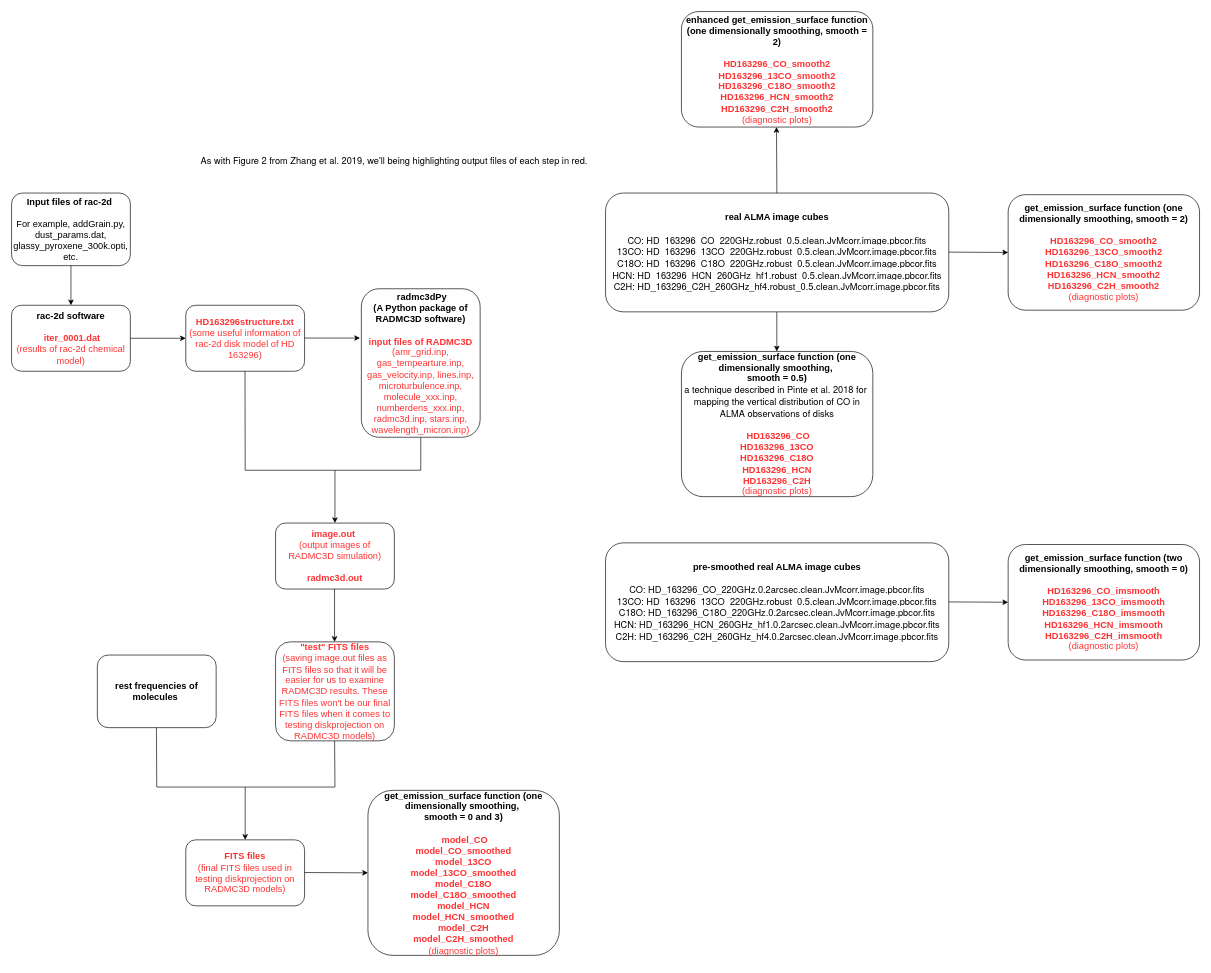
Before: notebooks/Untitled flowchart.drawio in feilongm/Notebooks, a draw.io diagram. Source tidied: cells renumbered, new cells numbered last; positions are measured from the earlier drawing's top-left corner, leaving out a move shared by most shapes. Both pictures are drawn from the tidied source at 66%, with x=0, y=0 at pixel (11, 11).
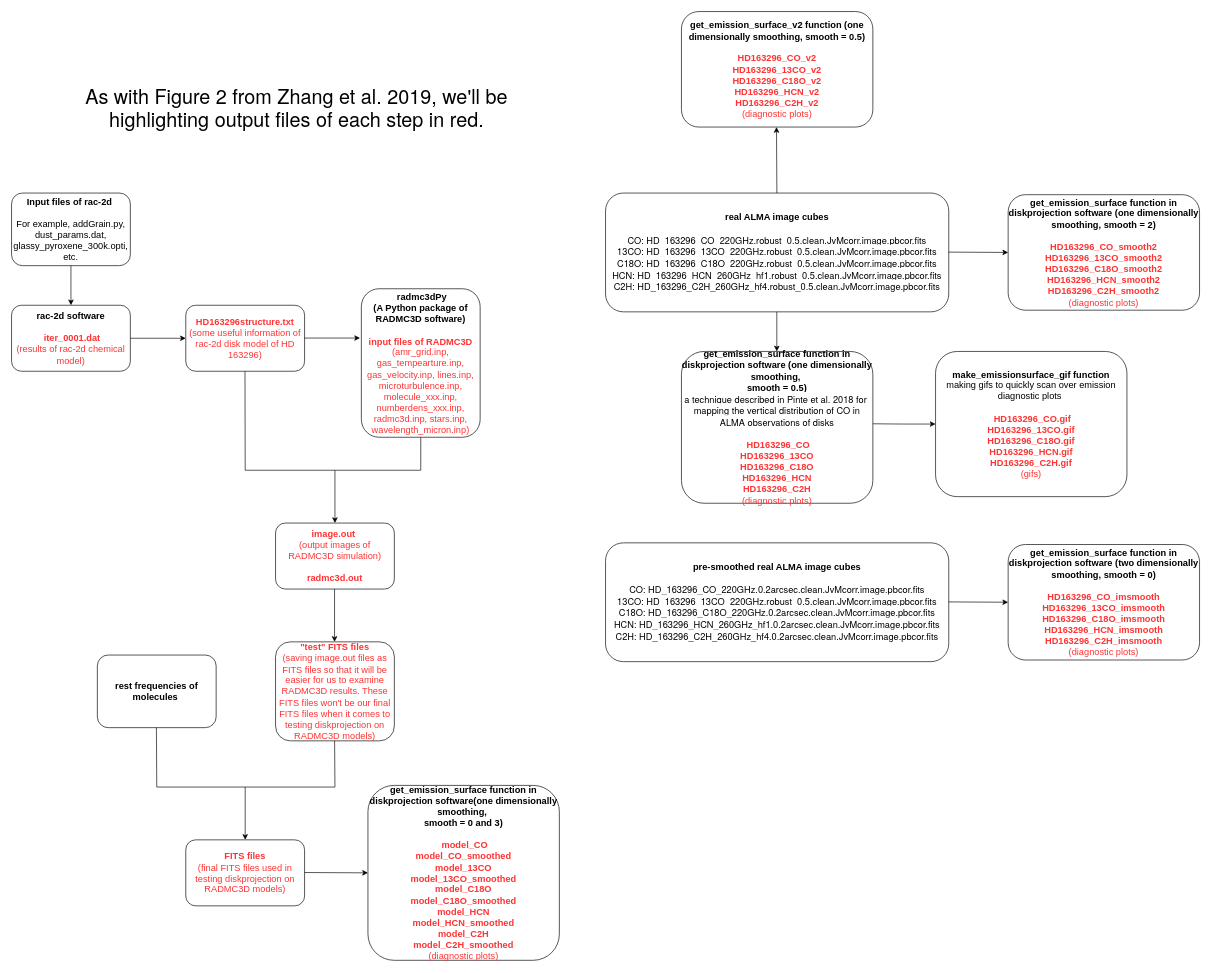
The same diagram, later.

The edit, as a diff of the source:
```diff
@@
-    <mxCell id="2" value="&lt;span style=&quot;font-family: &amp;#34;helvetica neue&amp;#34; , &amp;#34;helvetica&amp;#34; , &amp;#34;arial&amp;#34; , sans-serif ; font-size: 14px ; text-align: justify ; background-color: rgb(255 , 255 , 255)&quot;&gt;As with Figure 2 from Zhang et al. 2019, we'll being highlighting output files of each step in red.&lt;/span&gt;" style="text;html=1;strokeColor=none;fillColor=none;align=center;verticalAlign=middle;whiteSpace=wrap;rounded=0;" parent="1" vertex="1">
-      <mxGeometry x="260" y="205" width="640" height="40" as="geometry" />
+    <mxCell id="2" value="&lt;span style=&quot;font-family: &amp;#34;helvetica neue&amp;#34; , &amp;#34;helvetica&amp;#34; , &amp;#34;arial&amp;#34; , sans-serif ; text-align: justify ; background-color: rgb(255 , 255 , 255)&quot;&gt;&lt;font style=&quot;font-size: 30px&quot;&gt;As with Figure 2 from Zhang et al. 2019, we'll be highlighting output files of each step in red.&lt;/font&gt;&lt;/span&gt;" style="text;html=1;strokeColor=none;fillColor=none;align=center;verticalAlign=middle;whiteSpace=wrap;rounded=0;" parent="1" vertex="1">
+      <mxGeometry x="97" y="75" width="670" height="140" as="geometry" />
     </mxCell>
@@
-    <mxCell id="19" value="&lt;font style=&quot;font-size: 14px&quot;&gt;&lt;b&gt;get_emission_surface function (&lt;/b&gt;&lt;b&gt;one dimensionally smoothing,&amp;nbsp;&lt;/b&gt;&lt;b&gt;&lt;br&gt;smooth = 0.5)&lt;br&gt;&lt;/b&gt;&lt;span style=&quot;font-family: &amp;#34;helvetica neue&amp;#34; , &amp;#34;helvetica&amp;#34; , &amp;#34;arial&amp;#34; , sans-serif ; text-align: justify ; background-color: rgb(255 , 255 , 255)&quot;&gt;a technique described in Pinte et al. 2018&amp;nbsp;&lt;/span&gt;&lt;span style=&quot;font-family: &amp;#34;helvetica neue&amp;#34; , &amp;#34;helvetica&amp;#34; , &amp;#34;arial&amp;#34; , sans-serif ; text-align: justify ; background-color: rgb(255 , 255 , 255)&quot;&gt;for&amp;nbsp;&lt;/span&gt;&lt;span style=&quot;font-family: &amp;#34;helvetica neue&amp;#34; , &amp;#34;helvetica&amp;#34; , &amp;#34;arial&amp;#34; , sans-serif ; text-align: justify ; background-color: rgb(255 , 255 , 255)&quot;&gt;&lt;br&gt;mapping the vertical distribution of CO in ALMA observations of disks&lt;/span&gt;&lt;b&gt;&lt;br&gt;&lt;br&gt;&lt;/b&gt;&amp;nbsp;&lt;font color=&quot;#ff3333&quot;&gt;&lt;b&gt;HD163296_CO&lt;br&gt;&lt;/b&gt;&lt;/font&gt;&lt;b style=&quot;color: rgb(255 , 51 , 51)&quot;&gt;HD163296_13CO&lt;br&gt;&lt;/b&gt;&lt;b style=&quot;color: rgb(255 , 51 , 51)&quot;&gt;HD163296_C18O&lt;br&gt;&lt;/b&gt;&lt;b style=&quot;color: rgb(255 , 51 , 51)&quot;&gt;HD163296_HCN&lt;br&gt;&lt;/b&gt;&lt;b style=&quot;color: rgb(255 , 51 , 51)&quot;&gt;HD163296_C2H&lt;/b&gt;&lt;font color=&quot;#ff3333&quot;&gt;&lt;br&gt;(diagnostic plots)&lt;/font&gt;&lt;/font&gt;" style="rounded=1;whiteSpace=wrap;html=1;" parent="1" vertex="1">
-      <mxGeometry x="1015" y="515" width="290" height="220" as="geometry" />
+    <mxCell id="19" value="&lt;font style=&quot;font-size: 14px&quot;&gt;&lt;b&gt;get_emission_surface function in diskprojection software (&lt;/b&gt;&lt;b&gt;one dimensionally smoothing,&amp;nbsp;&lt;/b&gt;&lt;b&gt;&lt;br&gt;smooth = 0.5)&lt;br&gt;&lt;/b&gt;&lt;span style=&quot;font-family: &amp;#34;helvetica neue&amp;#34; , &amp;#34;helvetica&amp;#34; , &amp;#34;arial&amp;#34; , sans-serif ; text-align: justify ; background-color: rgb(255 , 255 , 255)&quot;&gt;a technique described in Pinte et al. 2018&amp;nbsp;&lt;/span&gt;&lt;span style=&quot;font-family: &amp;#34;helvetica neue&amp;#34; , &amp;#34;helvetica&amp;#34; , &amp;#34;arial&amp;#34; , sans-serif ; text-align: justify ; background-color: rgb(255 , 255 , 255)&quot;&gt;for&amp;nbsp;&lt;/span&gt;&lt;span style=&quot;font-family: &amp;#34;helvetica neue&amp;#34; , &amp;#34;helvetica&amp;#34; , &amp;#34;arial&amp;#34; , sans-serif ; text-align: justify ; background-color: rgb(255 , 255 , 255)&quot;&gt;&lt;br&gt;mapping the vertical distribution of CO in ALMA observations of disks&lt;/span&gt;&lt;b&gt;&lt;br&gt;&lt;br&gt;&lt;/b&gt;&amp;nbsp;&lt;font color=&quot;#ff3333&quot;&gt;&lt;b&gt;HD163296_CO&lt;br&gt;&lt;/b&gt;&lt;/font&gt;&lt;b style=&quot;color: rgb(255 , 51 , 51)&quot;&gt;HD163296_13CO&lt;br&gt;&lt;/b&gt;&lt;b style=&quot;color: rgb(255 , 51 , 51)&quot;&gt;HD163296_C18O&lt;br&gt;&lt;/b&gt;&lt;b style=&quot;color: rgb(255 , 51 , 51)&quot;&gt;HD163296_HCN&lt;br&gt;&lt;/b&gt;&lt;b style=&quot;color: rgb(255 , 51 , 51)&quot;&gt;HD163296_C2H&lt;/b&gt;&lt;font color=&quot;#ff3333&quot;&gt;&lt;br&gt;(diagnostic plots)&lt;/font&gt;&lt;/font&gt;" style="rounded=1;whiteSpace=wrap;html=1;" parent="1" vertex="1">
+      <mxGeometry x="1015" y="515" width="290" height="230" as="geometry" />
     </mxCell>
-    <mxCell id="20" value="&lt;font style=&quot;font-size: 14px&quot;&gt;&lt;b&gt;get_emission_surface function (one dimensionally smoothing, smooth = 2)&lt;/b&gt;&lt;b&gt;&lt;br&gt;&lt;/b&gt;&lt;font color=&quot;#ff3333&quot;&gt;&lt;b&gt;&lt;br&gt;&lt;/b&gt;&lt;/font&gt;&lt;b style=&quot;color: rgb(255 , 51 , 51)&quot;&gt;HD163296_CO_smooth2&lt;/b&gt;&lt;b style=&quot;color: rgb(255 , 51 , 51)&quot;&gt;&lt;br&gt;&lt;/b&gt;&lt;b style=&quot;color: rgb(255 , 51 , 51)&quot;&gt;HD163296_13CO_smooth2&lt;/b&gt;&lt;b style=&quot;color: rgb(255 , 51 , 51)&quot;&gt;&lt;br&gt;&lt;/b&gt;&lt;b style=&quot;color: rgb(255 , 51 , 51)&quot;&gt;HD163296_C18O_smooth2&lt;/b&gt;&lt;b style=&quot;color: rgb(255 , 51 , 51)&quot;&gt;&lt;br&gt;&lt;/b&gt;&lt;b style=&quot;color: rgb(255 , 51 , 51)&quot;&gt;HD163296_HCN_smooth2&lt;/b&gt;&lt;b style=&quot;color: rgb(255 , 51 , 51)&quot;&gt;&lt;br&gt;&lt;/b&gt;&lt;b style=&quot;color: rgb(255 , 51 , 51)&quot;&gt;HD163296_C2H_smooth2&lt;/b&gt;&lt;font color=&quot;#ff3333&quot;&gt;&lt;br&gt;(diagnostic plots)&lt;/font&gt;&lt;/font&gt;" style="rounded=1;whiteSpace=wrap;html=1;" parent="1" vertex="1">
+    <mxCell id="20" value="&lt;font style=&quot;font-size: 14px&quot;&gt;&lt;b&gt;get_emission_surface function in diskprojection software (one dimensionally smoothing, smooth = 2)&lt;/b&gt;&lt;b&gt;&lt;br&gt;&lt;/b&gt;&lt;font color=&quot;#ff3333&quot;&gt;&lt;b&gt;&lt;br&gt;&lt;/b&gt;&lt;/font&gt;&lt;b style=&quot;color: rgb(255 , 51 , 51)&quot;&gt;HD163296_CO_smooth2&lt;/b&gt;&lt;b style=&quot;color: rgb(255 , 51 , 51)&quot;&gt;&lt;br&gt;&lt;/b&gt;&lt;b style=&quot;color: rgb(255 , 51 , 51)&quot;&gt;HD163296_13CO_smooth2&lt;/b&gt;&lt;b style=&quot;color: rgb(255 , 51 , 51)&quot;&gt;&lt;br&gt;&lt;/b&gt;&lt;b style=&quot;color: rgb(255 , 51 , 51)&quot;&gt;HD163296_C18O_smooth2&lt;/b&gt;&lt;b style=&quot;color: rgb(255 , 51 , 51)&quot;&gt;&lt;br&gt;&lt;/b&gt;&lt;b style=&quot;color: rgb(255 , 51 , 51)&quot;&gt;HD163296_HCN_smooth2&lt;/b&gt;&lt;b style=&quot;color: rgb(255 , 51 , 51)&quot;&gt;&lt;br&gt;&lt;/b&gt;&lt;b style=&quot;color: rgb(255 , 51 , 51)&quot;&gt;HD163296_C2H_smooth2&lt;/b&gt;&lt;font color=&quot;#ff3333&quot;&gt;&lt;br&gt;(diagnostic plots)&lt;/font&gt;&lt;/font&gt;" style="rounded=1;whiteSpace=wrap;html=1;" parent="1" vertex="1">
       <mxGeometry x="1510" y="277.5" width="290" height="175" as="geometry" />
     </mxCell>
@@
-    <mxCell id="23" value="&lt;font style=&quot;font-size: 14px&quot;&gt;&lt;b&gt;get_emission_surface function (two dimensionally smoothing, smooth = 0)&lt;/b&gt;&lt;b&gt;&lt;br&gt;&lt;/b&gt;&lt;font color=&quot;#ff3333&quot;&gt;&lt;b&gt;&lt;br&gt;&lt;/b&gt;&lt;/font&gt;&lt;b style=&quot;color: rgb(255 , 51 , 51)&quot;&gt;HD163296_CO_imsmooth&lt;/b&gt;&lt;b style=&quot;color: rgb(255 , 51 , 51)&quot;&gt;&lt;br&gt;&lt;/b&gt;&lt;b style=&quot;color: rgb(255 , 51 , 51)&quot;&gt;HD163296_13CO_imsmooth&lt;/b&gt;&lt;b style=&quot;color: rgb(255 , 51 , 51)&quot;&gt;&lt;br&gt;&lt;/b&gt;&lt;b style=&quot;color: rgb(255 , 51 , 51)&quot;&gt;HD163296_C18O_imsmooth&lt;/b&gt;&lt;b style=&quot;color: rgb(255 , 51 , 51)&quot;&gt;&lt;br&gt;&lt;/b&gt;&lt;b style=&quot;color: rgb(255 , 51 , 51)&quot;&gt;HD163296_HCN_imsmooth&lt;/b&gt;&lt;b style=&quot;color: rgb(255 , 51 , 51)&quot;&gt;&lt;br&gt;&lt;/b&gt;&lt;b style=&quot;color: rgb(255 , 51 , 51)&quot;&gt;HD163296_C2H_imsmooth&lt;/b&gt;&lt;font color=&quot;#ff3333&quot;&gt;&lt;br&gt;(diagnostic plots)&lt;/font&gt;&lt;/font&gt;" style="rounded=1;whiteSpace=wrap;html=1;" parent="1" vertex="1">
+    <mxCell id="23" value="&lt;font style=&quot;font-size: 14px&quot;&gt;&lt;b&gt;get_emission_surface function in diskprojection software (two dimensionally smoothing, smooth = 0)&lt;/b&gt;&lt;b&gt;&lt;br&gt;&lt;/b&gt;&lt;font color=&quot;#ff3333&quot;&gt;&lt;b&gt;&lt;br&gt;&lt;/b&gt;&lt;/font&gt;&lt;b style=&quot;color: rgb(255 , 51 , 51)&quot;&gt;HD163296_CO_imsmooth&lt;/b&gt;&lt;b style=&quot;color: rgb(255 , 51 , 51)&quot;&gt;&lt;br&gt;&lt;/b&gt;&lt;b style=&quot;color: rgb(255 , 51 , 51)&quot;&gt;HD163296_13CO_imsmooth&lt;/b&gt;&lt;b style=&quot;color: rgb(255 , 51 , 51)&quot;&gt;&lt;br&gt;&lt;/b&gt;&lt;b style=&quot;color: rgb(255 , 51 , 51)&quot;&gt;HD163296_C18O_imsmooth&lt;/b&gt;&lt;b style=&quot;color: rgb(255 , 51 , 51)&quot;&gt;&lt;br&gt;&lt;/b&gt;&lt;b style=&quot;color: rgb(255 , 51 , 51)&quot;&gt;HD163296_HCN_imsmooth&lt;/b&gt;&lt;b style=&quot;color: rgb(255 , 51 , 51)&quot;&gt;&lt;br&gt;&lt;/b&gt;&lt;b style=&quot;color: rgb(255 , 51 , 51)&quot;&gt;HD163296_C2H_imsmooth&lt;/b&gt;&lt;font color=&quot;#ff3333&quot;&gt;&lt;br&gt;(diagnostic plots)&lt;/font&gt;&lt;/font&gt;" style="rounded=1;whiteSpace=wrap;html=1;" parent="1" vertex="1">
       <mxGeometry x="1510" y="807.5" width="290" height="175" as="geometry" />
     </mxCell>
@@
-    <mxCell id="31" value="&lt;font style=&quot;font-size: 14px&quot;&gt;&lt;b&gt;get_emission_surface function (&lt;/b&gt;&lt;b&gt;one dimensionally smoothing,&amp;nbsp;&lt;/b&gt;&lt;b&gt;&lt;br&gt;smooth = 0 and 3)&lt;/b&gt;&lt;b&gt;&lt;br&gt;&lt;br&gt;&lt;/b&gt;&amp;nbsp;&lt;b style=&quot;color: rgb(255 , 51 , 51)&quot;&gt;model_CO&lt;br&gt;&lt;/b&gt;&lt;b style=&quot;color: rgb(255 , 51 , 51)&quot;&gt;model_CO_smoothed&lt;/b&gt;&lt;font color=&quot;#ff3333&quot;&gt;&lt;b&gt;&lt;br&gt;&lt;/b&gt;&lt;/font&gt;&lt;b style=&quot;color: rgb(255 , 51 , 51)&quot;&gt;model_13CO&lt;br&gt;&lt;/b&gt;&lt;b style=&quot;color: rgb(255 , 51 , 51)&quot;&gt;model_13CO_smoothed&lt;/b&gt;&lt;b style=&quot;color: rgb(255 , 51 , 51)&quot;&gt;&lt;br&gt;&lt;/b&gt;&lt;b style=&quot;color: rgb(255 , 51 , 51)&quot;&gt;model_C18O&lt;br&gt;&lt;/b&gt;&lt;b style=&quot;color: rgb(255 , 51 , 51)&quot;&gt;model_C18O_smoothed&lt;/b&gt;&lt;b style=&quot;color: rgb(255 , 51 , 51)&quot;&gt;&lt;br&gt;&lt;/b&gt;&lt;b style=&quot;color: rgb(255 , 51 , 51)&quot;&gt;model_HCN&lt;br&gt;&lt;/b&gt;&lt;b style=&quot;color: rgb(255 , 51 , 51)&quot;&gt;model_HCN_smoothed&lt;/b&gt;&lt;b style=&quot;color: rgb(255 , 51 , 51)&quot;&gt;&lt;br&gt;&lt;/b&gt;&lt;b style=&quot;color: rgb(255 , 51 , 51)&quot;&gt;model_C2H&lt;br&gt;&lt;/b&gt;&lt;b style=&quot;color: rgb(255 , 51 , 51)&quot;&gt;model_C2H_smoothed&lt;/b&gt;&lt;font color=&quot;#ff3333&quot;&gt;&lt;br&gt;(diagnostic plots)&lt;/font&gt;&lt;/font&gt;" style="rounded=1;whiteSpace=wrap;html=1;" parent="1" vertex="1">
-      <mxGeometry x="540" y="1180" width="290" height="250" as="geometry" />
+    <mxCell id="31" value="&lt;font style=&quot;font-size: 14px&quot;&gt;&lt;b&gt;get_emission_surface function in diskprojection software(&lt;/b&gt;&lt;b&gt;one dimensionally smoothing,&amp;nbsp;&lt;/b&gt;&lt;b&gt;&lt;br&gt;smooth = 0 and 3)&lt;/b&gt;&lt;b&gt;&lt;br&gt;&lt;br&gt;&lt;/b&gt;&amp;nbsp;&lt;b style=&quot;color: rgb(255 , 51 , 51)&quot;&gt;model_CO&lt;br&gt;&lt;/b&gt;&lt;b style=&quot;color: rgb(255 , 51 , 51)&quot;&gt;model_CO_smoothed&lt;/b&gt;&lt;font color=&quot;#ff3333&quot;&gt;&lt;b&gt;&lt;br&gt;&lt;/b&gt;&lt;/font&gt;&lt;b style=&quot;color: rgb(255 , 51 , 51)&quot;&gt;model_13CO&lt;br&gt;&lt;/b&gt;&lt;b style=&quot;color: rgb(255 , 51 , 51)&quot;&gt;model_13CO_smoothed&lt;/b&gt;&lt;b style=&quot;color: rgb(255 , 51 , 51)&quot;&gt;&lt;br&gt;&lt;/b&gt;&lt;b style=&quot;color: rgb(255 , 51 , 51)&quot;&gt;model_C18O&lt;br&gt;&lt;/b&gt;&lt;b style=&quot;color: rgb(255 , 51 , 51)&quot;&gt;model_C18O_smoothed&lt;/b&gt;&lt;b style=&quot;color: rgb(255 , 51 , 51)&quot;&gt;&lt;br&gt;&lt;/b&gt;&lt;b style=&quot;color: rgb(255 , 51 , 51)&quot;&gt;model_HCN&lt;br&gt;&lt;/b&gt;&lt;b style=&quot;color: rgb(255 , 51 , 51)&quot;&gt;model_HCN_smoothed&lt;/b&gt;&lt;b style=&quot;color: rgb(255 , 51 , 51)&quot;&gt;&lt;br&gt;&lt;/b&gt;&lt;b style=&quot;color: rgb(255 , 51 , 51)&quot;&gt;model_C2H&lt;br&gt;&lt;/b&gt;&lt;b style=&quot;color: rgb(255 , 51 , 51)&quot;&gt;model_C2H_smoothed&lt;/b&gt;&lt;font color=&quot;#ff3333&quot;&gt;&lt;br&gt;(diagnostic plots)&lt;/font&gt;&lt;/font&gt;" style="rounded=1;whiteSpace=wrap;html=1;" parent="1" vertex="1">
+      <mxGeometry x="540" y="1172.5" width="290" height="265" as="geometry" />
     </mxCell>
@@
-    <mxCell id="33" value="&lt;font style=&quot;font-size: 14px&quot;&gt;&lt;b&gt;enhanced get_emission_surface function (one dimensionally smoothing, smooth = 2)&lt;/b&gt;&lt;b&gt;&lt;br&gt;&lt;/b&gt;&lt;font color=&quot;#ff3333&quot;&gt;&lt;b&gt;&lt;br&gt;&lt;/b&gt;&lt;/font&gt;&lt;b style=&quot;color: rgb(255 , 51 , 51)&quot;&gt;HD163296_CO_smooth2&lt;/b&gt;&lt;b style=&quot;color: rgb(255 , 51 , 51)&quot;&gt;&lt;br&gt;&lt;/b&gt;&lt;b style=&quot;color: rgb(255 , 51 , 51)&quot;&gt;HD163296_13CO_smooth2&lt;/b&gt;&lt;b style=&quot;color: rgb(255 , 51 , 51)&quot;&gt;&lt;br&gt;&lt;/b&gt;&lt;b style=&quot;color: rgb(255 , 51 , 51)&quot;&gt;HD163296_C18O_smooth2&lt;/b&gt;&lt;b style=&quot;color: rgb(255 , 51 , 51)&quot;&gt;&lt;br&gt;&lt;/b&gt;&lt;b style=&quot;color: rgb(255 , 51 , 51)&quot;&gt;HD163296_HCN_smooth2&lt;/b&gt;&lt;b style=&quot;color: rgb(255 , 51 , 51)&quot;&gt;&lt;br&gt;&lt;/b&gt;&lt;b style=&quot;color: rgb(255 , 51 , 51)&quot;&gt;HD163296_C2H_smooth2&lt;/b&gt;&lt;font color=&quot;#ff3333&quot;&gt;&lt;br&gt;(diagnostic plots)&lt;/font&gt;&lt;/font&gt;" style="rounded=1;whiteSpace=wrap;html=1;" parent="1" vertex="1">
+    <mxCell id="33" value="&lt;font style=&quot;font-size: 14px&quot;&gt;&lt;b&gt;get_emission_surface_v2 function (one dimensionally smoothing, smooth = 0.5)&lt;/b&gt;&lt;b&gt;&lt;br&gt;&lt;/b&gt;&lt;font color=&quot;#ff3333&quot;&gt;&lt;b&gt;&lt;br&gt;&lt;/b&gt;&lt;/font&gt;&lt;b style=&quot;color: rgb(255 , 51 , 51)&quot;&gt;HD163296_CO_v2&lt;/b&gt;&lt;b style=&quot;color: rgb(255 , 51 , 51)&quot;&gt;&lt;br&gt;&lt;/b&gt;&lt;b style=&quot;color: rgb(255 , 51 , 51)&quot;&gt;HD163296_13CO_v2&lt;/b&gt;&lt;b style=&quot;color: rgb(255 , 51 , 51)&quot;&gt;&lt;br&gt;&lt;/b&gt;&lt;b style=&quot;color: rgb(255 , 51 , 51)&quot;&gt;HD163296_C18O_v2&lt;/b&gt;&lt;b style=&quot;color: rgb(255 , 51 , 51)&quot;&gt;&lt;br&gt;&lt;/b&gt;&lt;b style=&quot;color: rgb(255 , 51 , 51)&quot;&gt;HD163296_HCN_v2&lt;/b&gt;&lt;b style=&quot;color: rgb(255 , 51 , 51)&quot;&gt;&lt;br&gt;&lt;/b&gt;&lt;b style=&quot;color: rgb(255 , 51 , 51)&quot;&gt;HD163296_C2H_v2&lt;/b&gt;&lt;font color=&quot;#ff3333&quot;&gt;&lt;br&gt;(diagnostic plots)&lt;/font&gt;&lt;/font&gt;" style="rounded=1;whiteSpace=wrap;html=1;" parent="1" vertex="1">
       <mxGeometry x="1015" width="290" height="175" as="geometry" />
     </mxCell>
@@
+    <mxCell id="35" style="endArrow=classic;html=1;exitX=1;exitY=0.5;exitDx=0;exitDy=0;entryX=0;entryY=0.5;entryDx=0;entryDy=0;" parent="1" edge="1" target="36">
+      <mxGeometry relative="1" as="geometry">
+        <mxPoint x="1305" y="624.6" as="sourcePoint" />
+        <Array as="points">
+          <mxPoint x="1350" y="625" />
+        </Array>
+      </mxGeometry>
+    </mxCell>
+    <mxCell id="36" value="&lt;font style=&quot;font-size: 14px&quot;&gt;&lt;b&gt;make_emissionsurface_gif function&lt;/b&gt;&lt;br&gt;making gifs to quickly scan over emission diagnostic plots&amp;nbsp;&lt;br&gt;&lt;b&gt;&lt;br&gt;&lt;/b&gt;&amp;nbsp;&lt;font color=&quot;#ff3333&quot;&gt;&lt;b&gt;HD163296_CO.gif&lt;br&gt;&lt;/b&gt;&lt;/font&gt;&lt;b style=&quot;color: rgb(255 , 51 , 51)&quot;&gt;HD163296_13CO.gif&lt;br&gt;&lt;/b&gt;&lt;b style=&quot;color: rgb(255 , 51 , 51)&quot;&gt;HD163296_C18O.gif&lt;br&gt;&lt;/b&gt;&lt;b style=&quot;color: rgb(255 , 51 , 51)&quot;&gt;HD163296_HCN.gif&lt;br&gt;&lt;/b&gt;&lt;b style=&quot;color: rgb(255 , 51 , 51)&quot;&gt;HD163296_C2H.gif&lt;/b&gt;&lt;font color=&quot;#ff3333&quot;&gt;&lt;br&gt;(gifs)&lt;/font&gt;&lt;/font&gt;" style="rounded=1;whiteSpace=wrap;html=1;" parent="1" vertex="1">
+      <mxGeometry x="1400" y="515" width="290" height="220" as="geometry" />
+    </mxCell>
```
